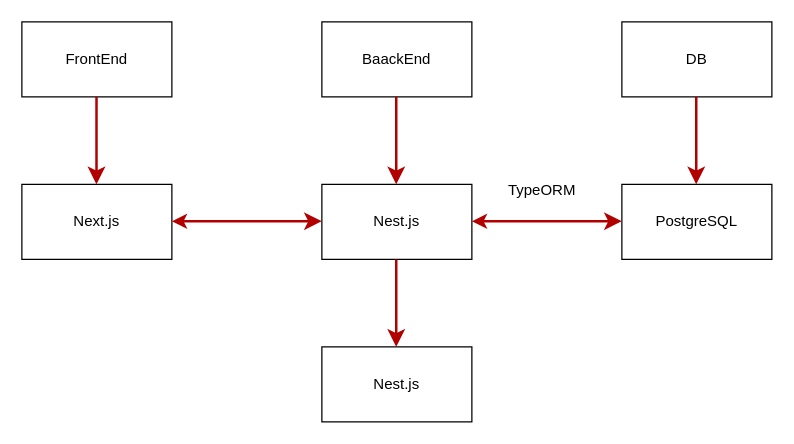
Before: components.drawio in hyk4869/fullstack-kakeibo, a draw.io diagram. Source tidied: cells renumbered, new cells numbered last; positions are measured from the earlier drawing's top-left corner, leaving out a move shared by most shapes. Both pictures are drawn from the tidied source at 125%, with x=0, y=0 at pixel (21, 21).
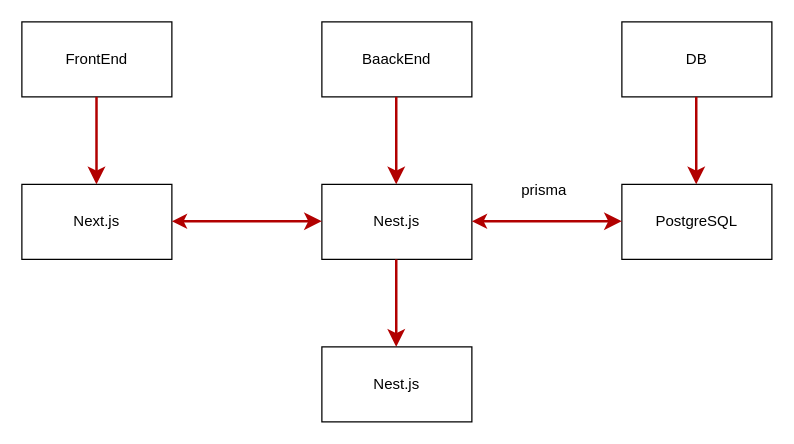
The same page after the edit.

Commit message (it also covers changes not shown here):
一旦コミットER図生成

What changed in the source:
```diff
@@
-    <mxCell id="13" value="TypeORM&amp;nbsp;" style="text;strokeColor=none;align=center;fillColor=none;html=1;verticalAlign=middle;whiteSpace=wrap;rounded=0;" parent="1" vertex="1">
+    <mxCell id="13" value="prisma" style="text;strokeColor=none;align=center;fillColor=none;html=1;verticalAlign=middle;whiteSpace=wrap;rounded=0;" parent="1" vertex="1">
       <mxGeometry x="380" y="120" width="76" height="30" as="geometry" />
     </mxCell>
```
